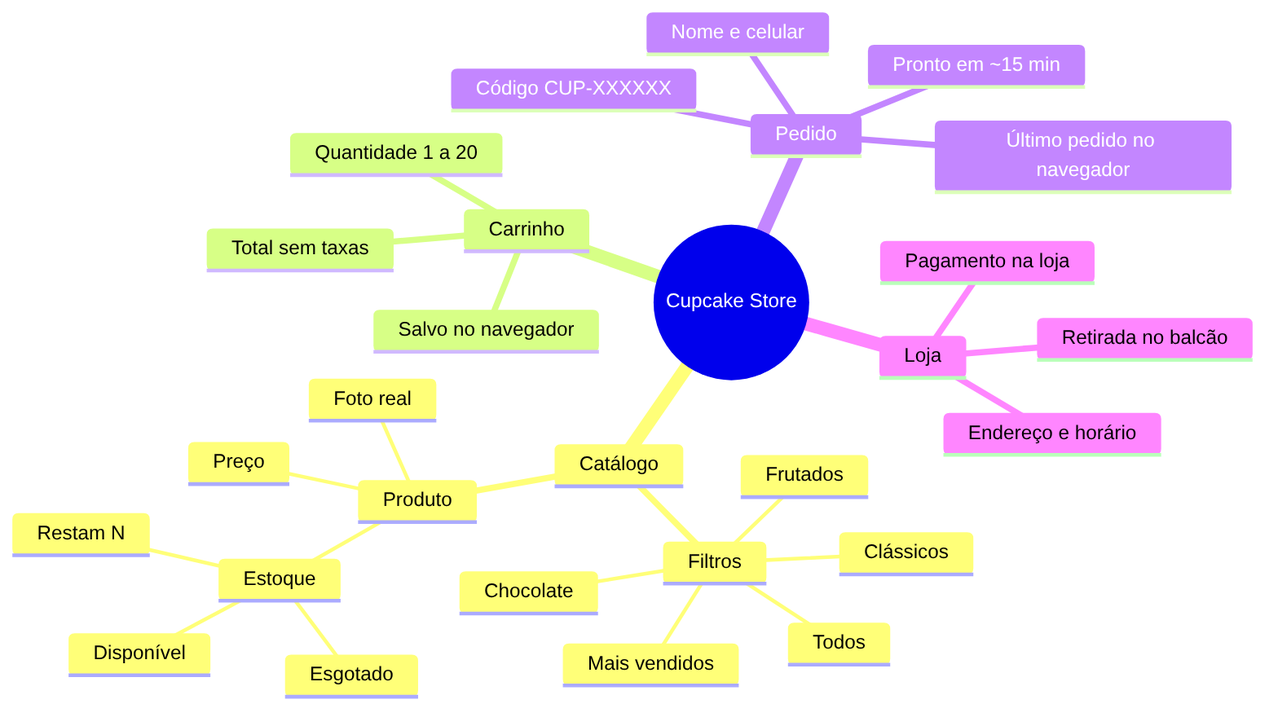
This is docs/diagrams/user-flows/conceptual-map.png from tiagopacedev/cupcake-app, a Mermaid export, as it was before one commit. Its source is kept beside it as docs/diagrams/user-flows/conceptual-map.mmd.
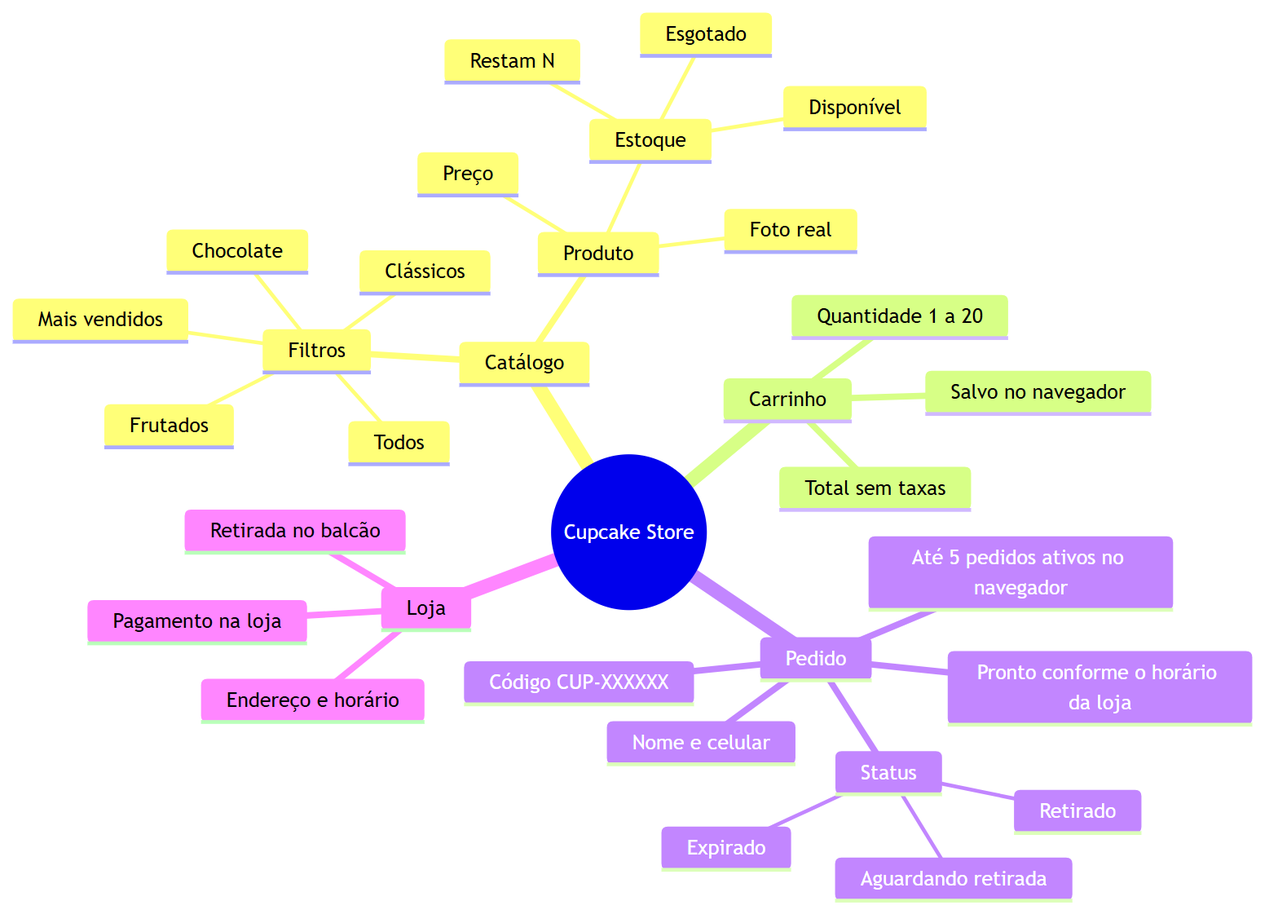
The same file after the commit.

Diff of the diagram source:
```diff
@@ -21,8 +21,12 @@
     Pedido
       Nome e celular
       Código CUP-XXXXXX
-      Pronto em ~15 min
-      Último pedido no navegador
+      Pronto conforme o horário da loja
+      Até 5 pedidos ativos no navegador
+      Status
+        Aguardando retirada
+        Retirado
+        Expirado
     Loja
       Retirada no balcão
       Pagamento na loja
```
